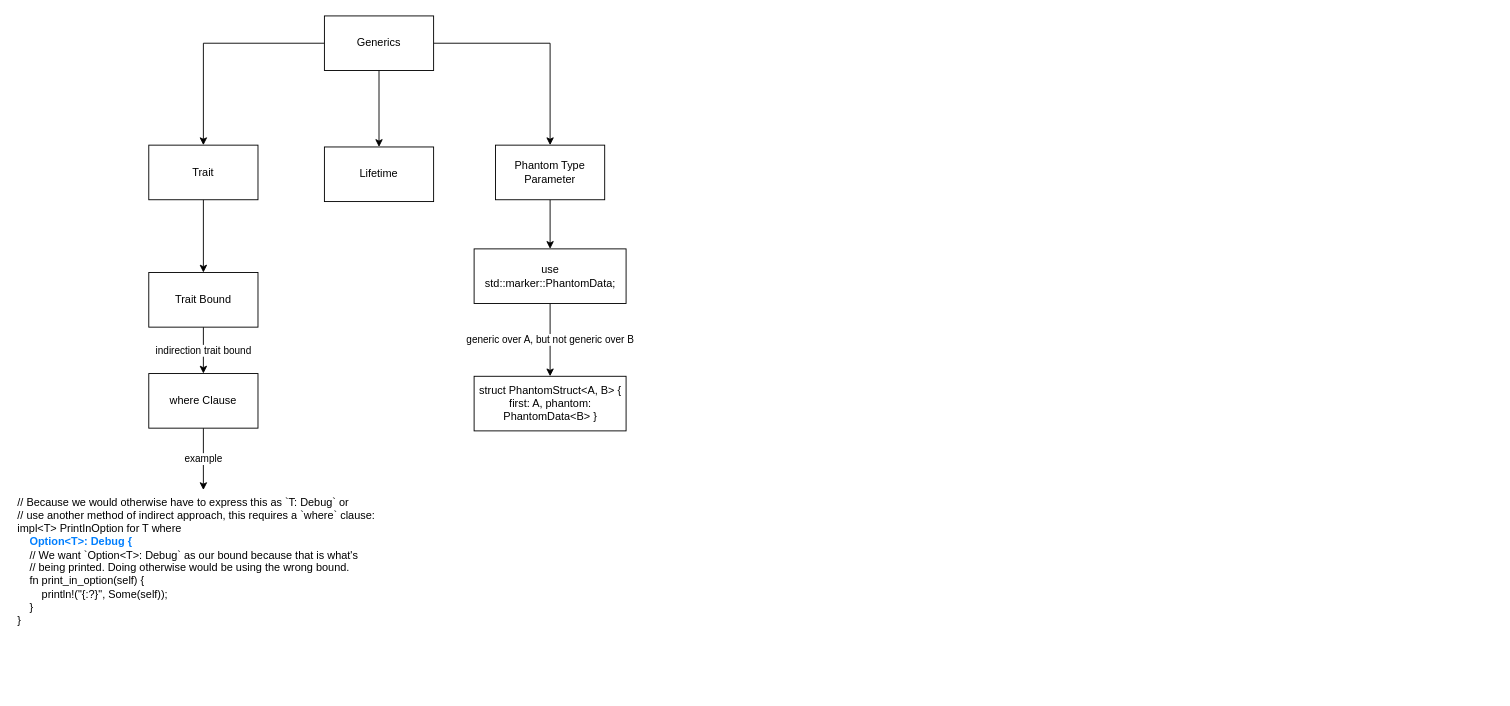
Above: page "generics" (9 of 9) of datatypes.drawio in gftea/rust_lang_notes (draw.io), before the change. Source tidied: cells renumbered, new cells numbered last; positions are measured from the earlier drawing's top-left corner, leaving out a move shared by most shapes. Both pictures are drawn from the tidied source at 91%, with x=0, y=0 at pixel (15, 15).
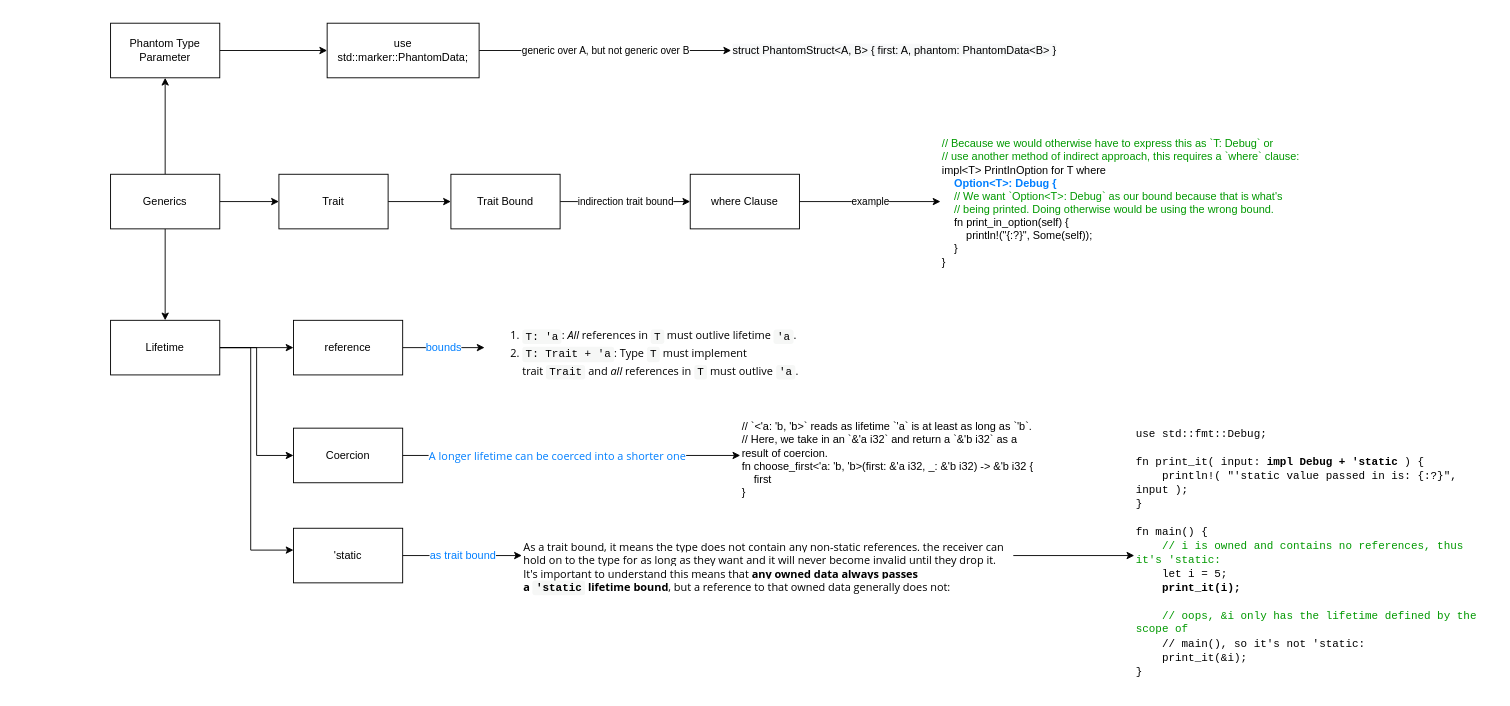
After the change.

What changed in the source:
```diff
@@
     <mxCell id="5" value="Generics" style="rounded=0;whiteSpace=wrap;html=1;fontColor=#000000;" parent="1" vertex="1">
-      <mxGeometry x="340" width="120" height="60" as="geometry" />
+      <mxGeometry x="105" y="174" width="120" height="60" as="geometry" />
     </mxCell>
@@
     <mxCell id="7" value="Trait" style="whiteSpace=wrap;html=1;fontColor=#000000;rounded=0;" parent="1" vertex="1">
-      <mxGeometry x="147" y="142" width="120" height="60" as="geometry" />
+      <mxGeometry x="290" y="174" width="120" height="60" as="geometry" />
     </mxCell>
@@
     <mxCell id="9" value="Phantom Type Parameter" style="rounded=0;whiteSpace=wrap;html=1;fontColor=#000000;" parent="1" vertex="1">
-      <mxGeometry x="528" y="142" width="120" height="60" as="geometry" />
+      <mxGeometry x="105" y="8" width="120" height="60" as="geometry" />
     </mxCell>
+    <mxCell id="19" style="edgeStyle=orthogonalEdgeStyle;rounded=0;sketch=0;jettySize=auto;html=1;fontColor=#007FFF;" parent="1" edge="1" source="10" target="23">
+      <mxGeometry relative="1" as="geometry" />
+    </mxCell>
+    <mxCell id="20" style="edgeStyle=orthogonalEdgeStyle;rounded=0;sketch=0;jettySize=auto;html=1;entryX=0;entryY=0.5;entryDx=0;entryDy=0;fontSize=12;fontColor=#FF0000;" parent="1" edge="1" source="10" target="30">
+      <mxGeometry relative="1" as="geometry" />
+    </mxCell>
+    <mxCell id="21" style="edgeStyle=orthogonalEdgeStyle;rounded=0;sketch=0;jettySize=auto;html=1;fontSize=12;fontColor=#FF0000;" parent="1" edge="1" source="10" target="32">
+      <mxGeometry relative="1" as="geometry">
+        <Array as="points">
+          <mxPoint x="259" y="365" />
+          <mxPoint x="259" y="587" />
+        </Array>
+      </mxGeometry>
+    </mxCell>
     <mxCell id="10" value="Lifetime" style="rounded=0;whiteSpace=wrap;html=1;fontColor=#000000;" parent="1" vertex="1">
-      <mxGeometry x="340" y="144" width="120" height="60" as="geometry" />
+      <mxGeometry x="105" y="334.5" width="120" height="60" as="geometry" />
     </mxCell>
@@
     <mxCell id="12" value="Trait Bound" style="whiteSpace=wrap;html=1;fontColor=#000000;rounded=0;" parent="1" vertex="1">
-      <mxGeometry x="147" y="282" width="120" height="60" as="geometry" />
+      <mxGeometry x="479" y="174" width="120" height="60" as="geometry" />
     </mxCell>
-    <mxCell id="13" value="generic over A, but not generic over B" style="edgeStyle=orthogonalEdgeStyle;rounded=0;sketch=0;jettySize=auto;html=1;fontColor=#000000;" parent="1" edge="1" source="14" target="15">
+    <mxCell id="13" value="generic over A, but not generic over B" style="edgeStyle=orthogonalEdgeStyle;rounded=0;sketch=0;jettySize=auto;html=1;fontColor=#000000;entryX=0;entryY=0.5;entryDx=0;entryDy=0;" parent="1" edge="1" source="14" target="15">
       <mxGeometry relative="1" as="geometry" />
     </mxCell>
     <mxCell id="14" value="&lt;div&gt;use std::marker::PhantomData;&lt;/div&gt;" style="rounded=0;whiteSpace=wrap;html=1;fontColor=#000000;" parent="1" vertex="1">
-      <mxGeometry x="504.5" y="256" width="167" height="60" as="geometry" />
+      <mxGeometry x="343" y="8" width="167" height="60" as="geometry" />
     </mxCell>
-    <mxCell id="15" value="&lt;div&gt;struct PhantomStruct&amp;lt;A, B&amp;gt; { first: A, phantom: PhantomData&amp;lt;B&amp;gt; }&lt;/div&gt;" style="rounded=0;whiteSpace=wrap;html=1;fontColor=#000000;" parent="1" vertex="1">
-      <mxGeometry x="504.5" y="396" width="167" height="60" as="geometry" />
-    </mxCell>
@@
     <mxCell id="17" value="where Clause" style="whiteSpace=wrap;html=1;fontColor=#000000;rounded=0;" parent="1" vertex="1">
-      <mxGeometry x="147" y="393" width="120" height="60" as="geometry" />
+      <mxGeometry x="742" y="174" width="120" height="60" as="geometry" />
     </mxCell>
-    <mxCell id="18" value="&lt;div&gt;// Because we would otherwise have to express this as `T: Debug` or&amp;nbsp;&lt;/div&gt;&lt;div&gt;// use another method of indirect approach, this requires a `where` clause:&lt;/div&gt;&lt;div&gt;impl&amp;lt;T&amp;gt; PrintInOption for T where&lt;/div&gt;&lt;div&gt;&lt;font color=&quot;#007fff&quot;&gt;&lt;b&gt;&amp;nbsp; &amp;nbsp; Option&amp;lt;T&amp;gt;: Debug {&lt;/b&gt;&lt;/font&gt;&lt;/div&gt;&lt;div&gt;&amp;nbsp; &amp;nbsp; // We want `Option&amp;lt;T&amp;gt;: Debug` as our bound because that is what's&lt;/div&gt;&lt;div&gt;&amp;nbsp; &amp;nbsp; // being printed. Doing otherwise would be using the wrong bound.&lt;/div&gt;&lt;div&gt;&amp;nbsp; &amp;nbsp; fn print_in_option(self) {&lt;/div&gt;&lt;div&gt;&amp;nbsp; &amp;nbsp; &amp;nbsp; &amp;nbsp; println!(&quot;{:?}&quot;, Some(self));&lt;/div&gt;&lt;div&gt;&amp;nbsp; &amp;nbsp; }&lt;/div&gt;&lt;div&gt;}&lt;/div&gt;" style="text;whiteSpace=wrap;html=1;fontColor=#000000;" parent="1" vertex="1">
-      <mxGeometry x="0.5" y="521" width="413" height="154" as="geometry" />
+    <mxCell id="18" value="&lt;div&gt;&lt;font color=&quot;#009900&quot;&gt;// Because we would otherwise have to express this as `T: Debug` or&amp;nbsp;&lt;/font&gt;&lt;/div&gt;&lt;div&gt;&lt;font color=&quot;#009900&quot;&gt;// use another method of indirect approach, this requires a `where` clause:&lt;/font&gt;&lt;/div&gt;&lt;div&gt;impl&amp;lt;T&amp;gt; PrintInOption for T where&lt;/div&gt;&lt;div&gt;&lt;font color=&quot;#007fff&quot;&gt;&lt;b&gt;&amp;nbsp; &amp;nbsp; Option&amp;lt;T&amp;gt;: Debug {&lt;/b&gt;&lt;/font&gt;&lt;/div&gt;&lt;div&gt;&amp;nbsp; &amp;nbsp;&lt;font color=&quot;#009900&quot;&gt; // We want `Option&amp;lt;T&amp;gt;: Debug` as our bound because that is what's&lt;/font&gt;&lt;/div&gt;&lt;div&gt;&lt;font color=&quot;#009900&quot;&gt;&amp;nbsp; &amp;nbsp; // being printed. Doing otherwise would be using the wrong bound.&lt;/font&gt;&lt;/div&gt;&lt;div&gt;&amp;nbsp; &amp;nbsp; fn print_in_option(self) {&lt;/div&gt;&lt;div&gt;&amp;nbsp; &amp;nbsp; &amp;nbsp; &amp;nbsp; println!(&quot;{:?}&quot;, Some(self));&lt;/div&gt;&lt;div&gt;&amp;nbsp; &amp;nbsp; }&lt;/div&gt;&lt;div&gt;}&lt;/div&gt;" style="text;whiteSpace=wrap;html=1;fontColor=#000000;" parent="1" vertex="1">
+      <mxGeometry x="1017" y="127" width="413" height="154" as="geometry" />
     </mxCell>
+    <mxCell id="22" value="bounds" style="edgeStyle=orthogonalEdgeStyle;rounded=0;sketch=0;jettySize=auto;html=1;fontSize=12;fontColor=#007FFF;" parent="1" edge="1" source="23" target="24">
+      <mxGeometry relative="1" as="geometry" />
+    </mxCell>
+    <mxCell id="23" value="reference" style="rounded=0;whiteSpace=wrap;html=1;fontColor=#000000;" parent="1" vertex="1">
+      <mxGeometry x="306" y="334.5" width="120" height="60" as="geometry" />
+    </mxCell>
+    <mxCell id="24" value="&lt;ol style=&quot;line-height: 1.45em; color: rgb(0, 0, 0); font-family: &amp;quot;Open Sans&amp;quot;, sans-serif; font-style: normal; font-variant-ligatures: normal; font-variant-caps: normal; font-weight: 400; letter-spacing: normal; orphans: 2; text-align: start; text-indent: 0px; text-transform: none; widows: 2; word-spacing: 0px; -webkit-text-stroke-width: 0px; background-color: rgb(255, 255, 255); text-decoration-thickness: initial; text-decoration-style: initial; text-decoration-color: initial;&quot;&gt;&lt;li&gt;&lt;code style=&quot;display: inline; overflow-x: initial; background: rgb(246, 247, 246); color: var(--inline-code-color); padding: 0.1em 0.3em; border-radius: 3px; font-family: &amp;quot;Source Code Pro&amp;quot;, Consolas, &amp;quot;Ubuntu Mono&amp;quot;, Menlo, &amp;quot;DejaVu Sans Mono&amp;quot;, monospace, monospace !important;&quot; class=&quot;hljs&quot;&gt;T: 'a&lt;/code&gt;:&lt;span&gt;&amp;nbsp;&lt;/span&gt;&lt;em&gt;All&lt;/em&gt;&lt;span&gt;&amp;nbsp;&lt;/span&gt;references in&lt;span&gt;&amp;nbsp;&lt;/span&gt;&lt;code style=&quot;display: inline; overflow-x: initial; background: rgb(246, 247, 246); color: var(--inline-code-color); padding: 0.1em 0.3em; border-radius: 3px; font-family: &amp;quot;Source Code Pro&amp;quot;, Consolas, &amp;quot;Ubuntu Mono&amp;quot;, Menlo, &amp;quot;DejaVu Sans Mono&amp;quot;, monospace, monospace !important;&quot; class=&quot;hljs&quot;&gt;T&lt;/code&gt;&lt;span&gt;&amp;nbsp;&lt;/span&gt;must outlive lifetime&lt;span&gt;&amp;nbsp;&lt;/span&gt;&lt;code style=&quot;display: inline; overflow-x: initial; background: rgb(246, 247, 246); color: var(--inline-code-color); padding: 0.1em 0.3em; border-radius: 3px; font-family: &amp;quot;Source Code Pro&amp;quot;, Consolas, &amp;quot;Ubuntu Mono&amp;quot;, Menlo, &amp;quot;DejaVu Sans Mono&amp;quot;, monospace, monospace !important;&quot; class=&quot;hljs&quot;&gt;'a&lt;/code&gt;.&lt;/li&gt;&lt;li&gt;&lt;code style=&quot;display: inline; overflow-x: initial; background: rgb(246, 247, 246); color: var(--inline-code-color); padding: 0.1em 0.3em; border-radius: 3px; font-family: &amp;quot;Source Code Pro&amp;quot;, Consolas, &amp;quot;Ubuntu Mono&amp;quot;, Menlo, &amp;quot;DejaVu Sans Mono&amp;quot;, monospace, monospace !important;&quot; class=&quot;hljs&quot;&gt;T: Trait + 'a&lt;/code&gt;: Type&lt;span&gt;&amp;nbsp;&lt;/span&gt;&lt;code style=&quot;display: inline; overflow-x: initial; background: rgb(246, 247, 246); color: var(--inline-code-color); padding: 0.1em 0.3em; border-radius: 3px; font-family: &amp;quot;Source Code Pro&amp;quot;, Consolas, &amp;quot;Ubuntu Mono&amp;quot;, Menlo, &amp;quot;DejaVu Sans Mono&amp;quot;, monospace, monospace !important;&quot; class=&quot;hljs&quot;&gt;T&lt;/code&gt;&lt;span&gt;&amp;nbsp;&lt;/span&gt;must implement trait&lt;span&gt;&amp;nbsp;&lt;/span&gt;&lt;code style=&quot;display: inline; overflow-x: initial; background: rgb(246, 247, 246); color: var(--inline-code-color); padding: 0.1em 0.3em; border-radius: 3px; font-family: &amp;quot;Source Code Pro&amp;quot;, Consolas, &amp;quot;Ubuntu Mono&amp;quot;, Menlo, &amp;quot;DejaVu Sans Mono&amp;quot;, monospace, monospace !important;&quot; class=&quot;hljs&quot;&gt;Trait&lt;/code&gt;&lt;span&gt;&amp;nbsp;&lt;/span&gt;and&lt;span&gt;&amp;nbsp;&lt;/span&gt;&lt;em&gt;all&lt;/em&gt;&lt;span&gt;&amp;nbsp;&lt;/span&gt;references in&lt;span&gt;&amp;nbsp;&lt;/span&gt;&lt;code style=&quot;display: inline; overflow-x: initial; background: rgb(246, 247, 246); color: var(--inline-code-color); padding: 0.1em 0.3em; border-radius: 3px; font-family: &amp;quot;Source Code Pro&amp;quot;, Consolas, &amp;quot;Ubuntu Mono&amp;quot;, Menlo, &amp;quot;DejaVu Sans Mono&amp;quot;, monospace, monospace !important;&quot; class=&quot;hljs&quot;&gt;T&lt;/code&gt;&lt;span&gt;&amp;nbsp;&lt;/span&gt;must outlive&lt;span&gt;&amp;nbsp;&lt;/span&gt;&lt;code style=&quot;display: inline; overflow-x: initial; background: rgb(246, 247, 246); color: var(--inline-code-color); padding: 0.1em 0.3em; border-radius: 3px; font-family: &amp;quot;Source Code Pro&amp;quot;, Consolas, &amp;quot;Ubuntu Mono&amp;quot;, Menlo, &amp;quot;DejaVu Sans Mono&amp;quot;, monospace, monospace !important;&quot; class=&quot;hljs&quot;&gt;'a&lt;/code&gt;.&lt;/li&gt;&lt;/ol&gt;" style="text;whiteSpace=wrap;html=1;fontColor=#007FFF;" parent="1" vertex="1">
+      <mxGeometry x="516" y="324" width="416" height="81" as="geometry" />
+    </mxCell>
+    <mxCell id="15" value="&lt;span style=&quot;color: rgb(0, 0, 0); font-family: Helvetica; font-size: 12px; font-style: normal; font-variant-ligatures: normal; font-variant-caps: normal; font-weight: 400; letter-spacing: normal; orphans: 2; text-align: center; text-indent: 0px; text-transform: none; widows: 2; word-spacing: 0px; -webkit-text-stroke-width: 0px; background-color: rgb(248, 249, 250); text-decoration-thickness: initial; text-decoration-style: initial; text-decoration-color: initial; float: none; display: inline !important;&quot;&gt;struct PhantomStruct&amp;lt;A, B&amp;gt; { first: A, phantom: PhantomData&amp;lt;B&amp;gt; }&lt;/span&gt;" style="text;whiteSpace=wrap;html=1;fontSize=12;fontColor=#009900;" parent="1" vertex="1">
+      <mxGeometry x="787" y="24" width="376" height="28" as="geometry" />
+    </mxCell>
+    <mxCell id="25" value="&lt;div&gt;&lt;font color=&quot;#000000&quot;&gt;// `&amp;lt;'a: 'b, 'b&amp;gt;` reads as lifetime `'a` is at least as long as `'b`.&lt;/font&gt;&lt;/div&gt;&lt;div&gt;&lt;font color=&quot;#000000&quot;&gt;// Here, we take in an `&amp;amp;'a i32` and return a `&amp;amp;'b i32` as a result of coercion.&lt;/font&gt;&lt;/div&gt;&lt;div&gt;&lt;font color=&quot;#000000&quot;&gt;fn choose_first&amp;lt;'a: 'b, 'b&amp;gt;(first: &amp;amp;'a i32, _: &amp;amp;'b i32) -&amp;gt; &amp;amp;'b i32 {&lt;/font&gt;&lt;/div&gt;&lt;div&gt;&lt;font color=&quot;#000000&quot;&gt;&amp;nbsp; &amp;nbsp; first&lt;/font&gt;&lt;/div&gt;&lt;div&gt;&lt;font color=&quot;#000000&quot;&gt;}&lt;/font&gt;&lt;/div&gt;" style="text;whiteSpace=wrap;html=1;fontSize=12;fontColor=#009900;" parent="1" vertex="1">
+      <mxGeometry x="797" y="437.5" width="329" height="91" as="geometry" />
+    </mxCell>
+    <mxCell id="26" style="edgeStyle=orthogonalEdgeStyle;rounded=0;sketch=0;jettySize=auto;html=1;entryX=0;entryY=0.5;entryDx=0;entryDy=0;fontSize=12;fontColor=#007FFF;" parent="1" edge="1" source="27" target="33">
+      <mxGeometry relative="1" as="geometry" />
+    </mxCell>
+    <mxCell id="27" value="&lt;font style=&quot;&quot;&gt;&lt;span style=&quot;font-family: &amp;quot;Open Sans&amp;quot;, sans-serif; font-style: normal; font-variant-ligatures: normal; font-variant-caps: normal; font-weight: 400; letter-spacing: normal; orphans: 2; text-align: start; text-indent: 0px; text-transform: none; widows: 2; word-spacing: 0px; -webkit-text-stroke-width: 0px; background-color: rgb(255, 255, 255); text-decoration-thickness: initial; text-decoration-style: initial; text-decoration-color: initial; float: none; display: inline !important;&quot;&gt;As a trait bound, it means the type does not contain any non-static references.&amp;nbsp;&lt;font style=&quot;font-size: 12px;&quot;&gt;the receiver can hold on to the type for as long as they want and it will never become invalid until they drop it.&lt;/font&gt;&lt;br&gt;&lt;/span&gt;&lt;span style=&quot;font-size: 12px; font-family: &amp;quot;Open Sans&amp;quot;, sans-serif; background-color: rgb(255, 255, 255);&quot;&gt;It's important to understand this means that &lt;b&gt;any owned data always passes a&amp;nbsp;&lt;/b&gt;&lt;/span&gt;&lt;code style=&quot;font-size: 12px; display: inline; overflow-x: initial; background: rgb(246, 247, 246); padding: 0.1em 0.3em; border-radius: 3px; font-family: &amp;quot;Source Code Pro&amp;quot;, Consolas, &amp;quot;Ubuntu Mono&amp;quot;, Menlo, &amp;quot;DejaVu Sans Mono&amp;quot;, monospace, monospace !important;&quot; class=&quot;hljs&quot;&gt;&lt;b&gt;'static&lt;/b&gt;&lt;/code&gt;&lt;span style=&quot;font-size: 12px; font-family: &amp;quot;Open Sans&amp;quot;, sans-serif; background-color: rgb(255, 255, 255);&quot;&gt;&lt;b&gt;&amp;nbsp;lifetime bound&lt;/b&gt;, but a reference to that owned data generally does not:&lt;/span&gt;&lt;/font&gt;" style="text;whiteSpace=wrap;html=1;fontSize=12;fontColor=#000000;" parent="1" vertex="1">
+      <mxGeometry x="557" y="571" width="540" height="44" as="geometry" />
+    </mxCell>
+    <mxCell id="28" style="edgeStyle=orthogonalEdgeStyle;rounded=0;sketch=0;jettySize=auto;html=1;fontSize=12;fontColor=#FF0000;" parent="1" edge="1" source="30" target="25">
+      <mxGeometry relative="1" as="geometry" />
+    </mxCell>
+    <mxCell id="29" value="&lt;span style=&quot;font-family: &amp;quot;Open Sans&amp;quot;, sans-serif; text-align: start;&quot;&gt;&lt;font color=&quot;#007fff&quot; style=&quot;font-size: 12px;&quot;&gt;A longer lifetime can be coerced into a shorter one&lt;/font&gt;&lt;/span&gt;" style="edgeLabel;html=1;align=center;verticalAlign=middle;fontSize=12;fontColor=#FF0000;" parent="28" vertex="1">
+      <mxGeometry x="-0.09" y="-1" relative="1" as="geometry" />
+    </mxCell>
+    <mxCell id="30" value="Coercion" style="rounded=0;whiteSpace=wrap;html=1;fontColor=#000000;" parent="1" vertex="1">
+      <mxGeometry x="306" y="453" width="120" height="60" as="geometry" />
+    </mxCell>
+    <mxCell id="31" value="&lt;font color=&quot;#007fff&quot;&gt;as trait bound&lt;/font&gt;" style="edgeStyle=orthogonalEdgeStyle;rounded=0;sketch=0;jettySize=auto;html=1;fontSize=12;fontColor=#FF0000;" parent="1" edge="1" source="32" target="27">
+      <mxGeometry relative="1" as="geometry" />
+    </mxCell>
+    <mxCell id="32" value="'static" style="rounded=0;whiteSpace=wrap;html=1;fontColor=#000000;" parent="1" vertex="1">
+      <mxGeometry x="306" y="563" width="120" height="60" as="geometry" />
+    </mxCell>
+    <mxCell id="33" value="&lt;font face=&quot;Courier New&quot;&gt;&lt;font color=&quot;#000000&quot;&gt;use std::fmt::Debug;&lt;/font&gt;&lt;br&gt;&lt;br&gt;&lt;font color=&quot;#000000&quot;&gt;fn print_it( input: &lt;b&gt;impl Debug + 'static&lt;/b&gt; ) {&lt;/font&gt;&lt;br&gt;&lt;font color=&quot;#000000&quot;&gt;&amp;nbsp; &amp;nbsp; println!( &quot;'static value passed in is: {:?}&quot;, input );&lt;/font&gt;&lt;br&gt;&lt;font color=&quot;#000000&quot;&gt;}&lt;/font&gt;&lt;br&gt;&lt;br&gt;&lt;font color=&quot;#000000&quot;&gt;fn main() {&lt;/font&gt;&lt;br&gt;&lt;font color=&quot;#009900&quot;&gt;&amp;nbsp; &amp;nbsp; // i is owned and contains no references, thus it's 'static:&lt;br&gt;&lt;/font&gt;&lt;font color=&quot;#000000&quot;&gt;&amp;nbsp; &amp;nbsp; let i = 5;&lt;/font&gt;&lt;br&gt;&lt;b&gt;&lt;font color=&quot;#000000&quot;&gt;&amp;nbsp; &amp;nbsp; print_it(i);&lt;/font&gt;&lt;br&gt;&lt;/b&gt;&lt;br&gt;&lt;font color=&quot;#009900&quot;&gt;&amp;nbsp; &amp;nbsp; // oops, &amp;amp;i only has the lifetime defined by the scope of&lt;br&gt;&lt;/font&gt;&lt;font color=&quot;#000000&quot;&gt;&amp;nbsp; &amp;nbsp; // main(), so it's not 'static:&lt;/font&gt;&lt;br&gt;&lt;font color=&quot;#000000&quot;&gt;&amp;nbsp; &amp;nbsp; print_it(&amp;amp;i);&lt;/font&gt;&lt;br&gt;&lt;font color=&quot;#000000&quot;&gt;}&lt;/font&gt;&lt;/font&gt;" style="text;whiteSpace=wrap;html=1;fontSize=12;fontColor=#007FFF;" parent="1" vertex="1">
+      <mxGeometry x="1230" y="445" width="395" height="296" as="geometry" />
+    </mxCell>
```
